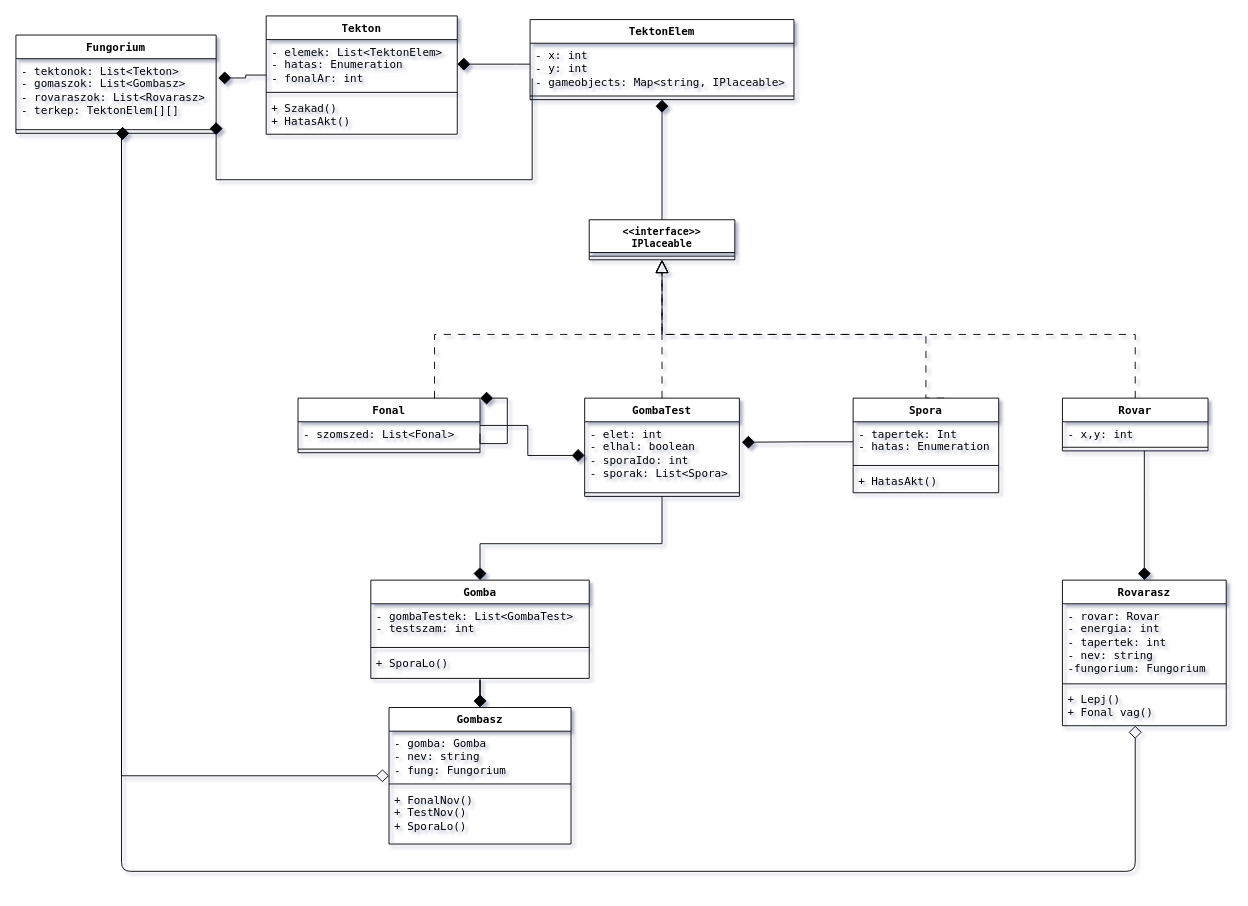
CsipetCsapatProjlab/Project keeps this draw.io diagram as UML/Fungorium_ClassDiagram(4)(2).drawio. Above is the earlier version. Source tidied: cells renumbered, new cells numbered last; positions are measured from the earlier drawing's top-left corner, leaving out a move shared by most shapes. Both pictures are drawn from the tidied source at 91%, with x=0, y=0 at pixel (15, 15).
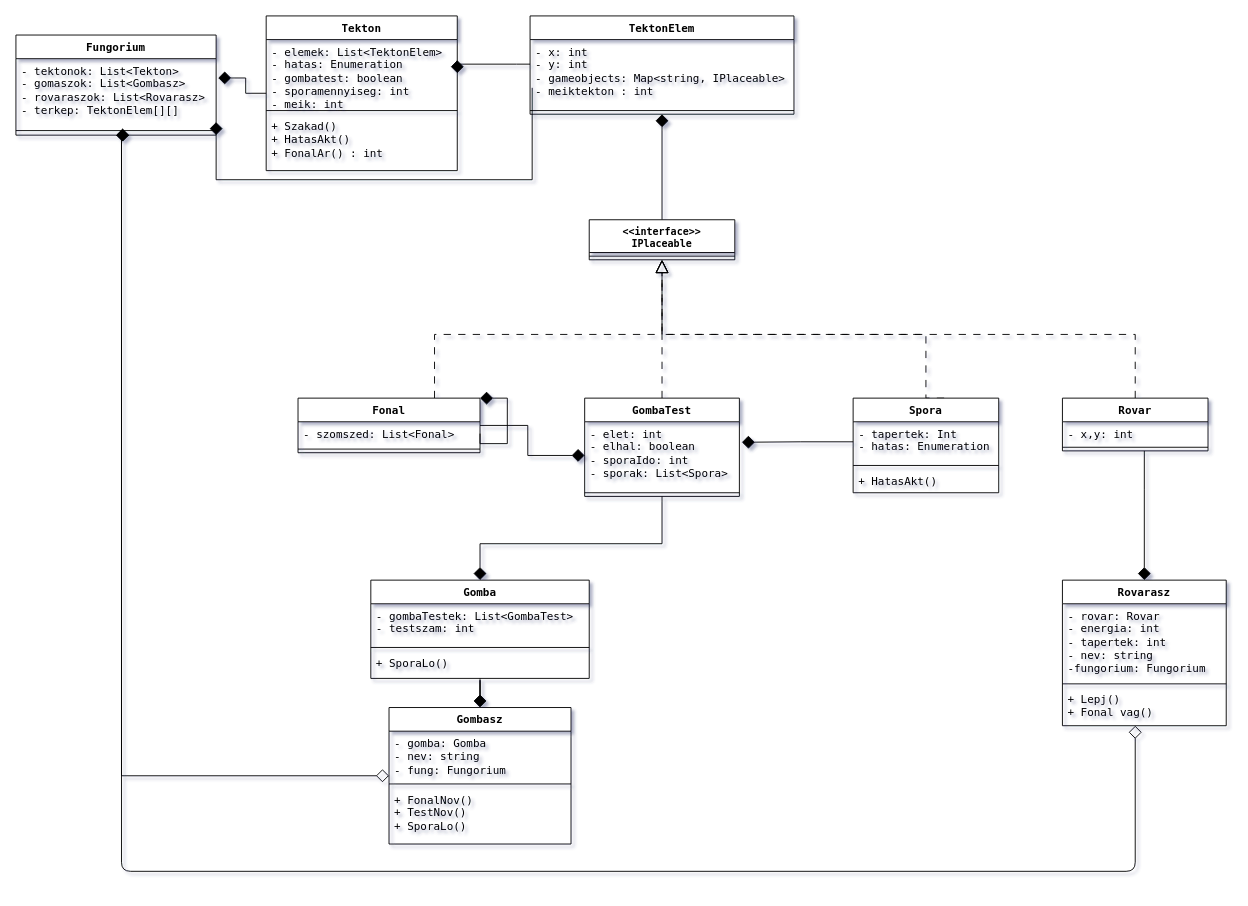
After the change.

Commit message:
hiányzó adat felvétele az umlbe

Change to the diagram source:
```diff
@@
     <mxCell id="8" value="&lt;div&gt;Tekton&lt;/div&gt;" style="swimlane;fontStyle=1;align=center;verticalAlign=top;horizontal=1;startSize=26;whiteSpace=wrap;html=1;fontFamily=Lucida Console;labelBackgroundColor=none;" parent="1" vertex="1">
-      <mxGeometry x="275" width="210" height="130" as="geometry" />
+      <mxGeometry x="275" width="210" height="170" as="geometry" />
     </mxCell>
-    <mxCell id="9" value="&lt;div&gt;- elemek: List&amp;lt;TektonElem&amp;gt;&lt;/div&gt;&lt;div&gt;- hatas: Enumeration&lt;/div&gt;&lt;div&gt;- fonalAr: int&lt;/div&gt;" style="text;strokeColor=none;fillColor=none;align=left;verticalAlign=top;spacingLeft=4;spacingRight=4;overflow=hidden;points=[[0,0.5],[1,0.5]];portConstraint=eastwest;whiteSpace=wrap;html=1;fontFamily=Lucida Console;labelBackgroundColor=none;" parent="8" vertex="1">
-      <mxGeometry y="26" width="210" height="54" as="geometry" />
+    <mxCell id="9" value="&lt;div&gt;- elemek: List&amp;lt;TektonElem&amp;gt;&lt;/div&gt;&lt;div&gt;- hatas: Enumeration&lt;/div&gt;&lt;div&gt;- gombatest: boolean&lt;/div&gt;&lt;div&gt;- sporamennyiseg: int&lt;/div&gt;&lt;div&gt;- meik: int&lt;/div&gt;" style="text;strokeColor=none;fillColor=none;align=left;verticalAlign=top;spacingLeft=4;spacingRight=4;overflow=hidden;points=[[0,0.5],[1,0.5]];portConstraint=eastwest;whiteSpace=wrap;html=1;fontFamily=Lucida Console;labelBackgroundColor=none;" parent="8" vertex="1">
+      <mxGeometry y="26" width="210" height="74" as="geometry" />
     </mxCell>
     <mxCell id="10" style="line;strokeWidth=1;fillColor=none;align=left;verticalAlign=middle;spacingTop=-1;spacingLeft=3;spacingRight=3;labelPosition=right;strokeColor=inherit;fontFamily=Lucida Console;labelBackgroundColor=none;" parent="8" vertex="1">
-      <mxGeometry y="80" width="210" height="8" as="geometry" />
+      <mxGeometry y="100" width="210" height="8" as="geometry" />
     </mxCell>
-    <mxCell id="11" value="&lt;div&gt;+ Szakad()&lt;/div&gt;&lt;div&gt;+ HatasAkt()&lt;/div&gt;" style="text;strokeColor=none;fillColor=none;align=left;verticalAlign=top;spacingLeft=4;spacingRight=4;overflow=hidden;whiteSpace=wrap;html=1;fontFamily=Lucida Console;labelBackgroundColor=none;" parent="8" vertex="1">
-      <mxGeometry y="88" width="210" height="42" as="geometry" />
+    <mxCell id="11" value="&lt;div&gt;+ Szakad()&lt;/div&gt;&lt;div&gt;+ HatasAkt()&lt;/div&gt;&lt;div&gt;+ FonalAr() : int&lt;/div&gt;" style="text;strokeColor=none;fillColor=none;align=left;verticalAlign=top;spacingLeft=4;spacingRight=4;overflow=hidden;whiteSpace=wrap;html=1;fontFamily=Lucida Console;labelBackgroundColor=none;" parent="8" vertex="1">
+      <mxGeometry y="108" width="210" height="62" as="geometry" />
     </mxCell>
@@
     <mxCell id="13" value="TektonElem" style="swimlane;fontStyle=1;align=center;verticalAlign=top;horizontal=1;startSize=26;whiteSpace=wrap;html=1;fontFamily=Lucida Console;labelBackgroundColor=none;" parent="1" vertex="1">
-      <mxGeometry x="565" y="4" width="290" height="88" as="geometry" />
+      <mxGeometry x="565" width="290" height="108" as="geometry" />
     </mxCell>
-    <mxCell id="14" value="&lt;div&gt;- x: int&lt;/div&gt;&lt;div&gt;- y: int&lt;/div&gt;&lt;div&gt;- gameobjects: Map&amp;lt;string, IPlaceable&amp;gt;&lt;/div&gt;" style="text;strokeColor=none;fillColor=none;align=left;verticalAlign=top;spacingLeft=4;spacingRight=4;overflow=hidden;points=[[0,0.5],[1,0.5]];portConstraint=eastwest;whiteSpace=wrap;html=1;fontFamily=Lucida Console;labelBackgroundColor=none;" parent="13" vertex="1">
-      <mxGeometry y="26" width="290" height="54" as="geometry" />
+    <mxCell id="14" value="&lt;div&gt;- x: int&lt;/div&gt;&lt;div&gt;- y: int&lt;/div&gt;&lt;div&gt;- gameobjects: Map&amp;lt;string, IPlaceable&amp;gt;&lt;/div&gt;&lt;div&gt;- meiktekton : int&lt;/div&gt;" style="text;strokeColor=none;fillColor=none;align=left;verticalAlign=top;spacingLeft=4;spacingRight=4;overflow=hidden;points=[[0,0.5],[1,0.5]];portConstraint=eastwest;whiteSpace=wrap;html=1;fontFamily=Lucida Console;labelBackgroundColor=none;" parent="13" vertex="1">
+      <mxGeometry y="26" width="290" height="74" as="geometry" />
     </mxCell>
     <mxCell id="15" style="line;strokeWidth=1;fillColor=none;align=left;verticalAlign=middle;spacingTop=-1;spacingLeft=3;spacingRight=3;labelPosition=right;strokeColor=inherit;fontFamily=Lucida Console;labelBackgroundColor=none;" parent="13" vertex="1">
-      <mxGeometry y="80" width="290" height="8" as="geometry" />
+      <mxGeometry y="100" width="290" height="8" as="geometry" />
     </mxCell>
@@
     <mxCell id="45" value="Fungorium" style="swimlane;fontStyle=1;align=center;verticalAlign=top;horizontal=1;startSize=26;whiteSpace=wrap;html=1;fontFamily=Lucida Console;labelBackgroundColor=none;" parent="1" vertex="1">
-      <mxGeometry y="21" width="220" height="108" as="geometry" />
+      <mxGeometry y="21" width="220" height="110" as="geometry" />
     </mxCell>
@@
     <mxCell id="47" style="line;strokeWidth=1;fillColor=none;align=left;verticalAlign=middle;spacingTop=-1;spacingLeft=3;spacingRight=3;labelPosition=right;strokeColor=inherit;fontFamily=Lucida Console;labelBackgroundColor=none;" parent="45" vertex="1">
-      <mxGeometry y="100" width="220" height="8" as="geometry" />
+      <mxGeometry y="100" width="220" height="10" as="geometry" />
     </mxCell>
```
